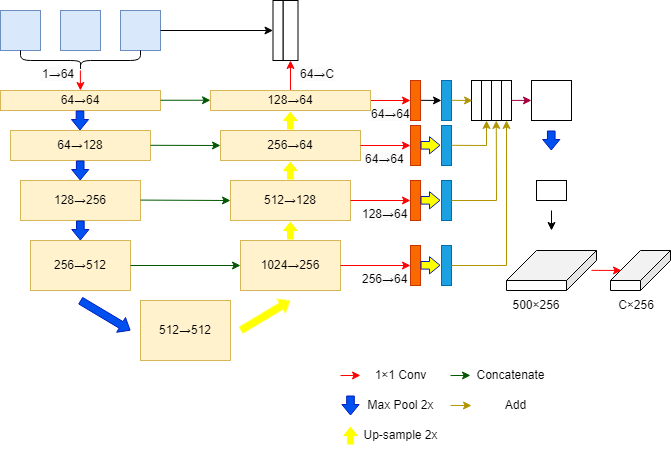
DemonH-p/self-study keeps this draw.io diagram as test.drawio.png. Above is the earlier version. Source tidied: cells renumbered, new cells last; positions are measured from the earlier drawing's top-left corner, leaving out a move shared by most shapes.
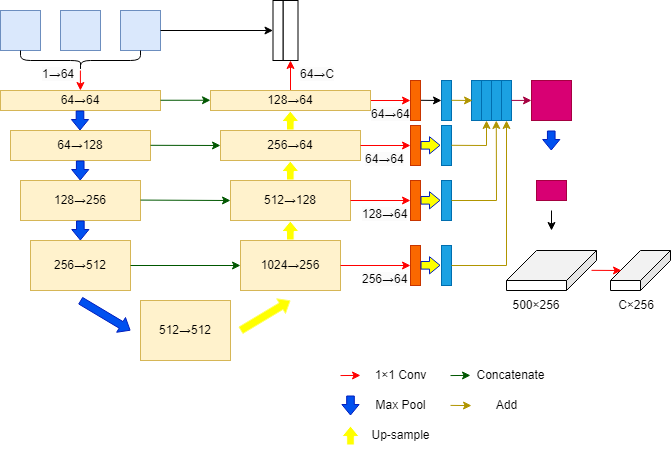
The same diagram one commit later.

Change to the diagram source:
```diff
@@ -220,16 +220,16 @@
         <mxPoint x="441" y="100" as="targetPoint" />
       </mxGeometry>
     </mxCell>
-    <mxCell id="47" style="rounded=0;whiteSpace=wrap;html=1;" parent="1" vertex="1">
+    <mxCell id="47" style="rounded=0;whiteSpace=wrap;html=1;fillColor=#1ba1e2;fontColor=#ffffff;strokeColor=#006EAF;" parent="1" vertex="1">
       <mxGeometry x="471" y="80" width="10" height="40" as="geometry" />
     </mxCell>
-    <mxCell id="48" style="rounded=0;whiteSpace=wrap;html=1;" parent="1" vertex="1">
+    <mxCell id="48" style="rounded=0;whiteSpace=wrap;html=1;fillColor=#1ba1e2;fontColor=#ffffff;strokeColor=#006EAF;" parent="1" vertex="1">
       <mxGeometry x="481" y="80" width="10" height="40" as="geometry" />
     </mxCell>
-    <mxCell id="49" style="rounded=0;whiteSpace=wrap;html=1;" parent="1" vertex="1">
+    <mxCell id="49" style="rounded=0;whiteSpace=wrap;html=1;fillColor=#1ba1e2;fontColor=#ffffff;strokeColor=#006EAF;" parent="1" vertex="1">
       <mxGeometry x="491" y="80" width="10" height="40" as="geometry" />
     </mxCell>
-    <mxCell id="50" style="rounded=0;whiteSpace=wrap;html=1;" parent="1" vertex="1">
+    <mxCell id="50" style="rounded=0;whiteSpace=wrap;html=1;fillColor=#1ba1e2;fontColor=#ffffff;strokeColor=#006EAF;" parent="1" vertex="1">
       <mxGeometry x="501" y="80" width="10" height="40" as="geometry" />
     </mxCell>
     <mxCell id="51" style="endArrow=classic;html=1;rounded=0;fillColor=#e3c800;strokeColor=#B09500;" parent="1" edge="1">
@@ -265,7 +265,7 @@
         <mxPoint x="511" y="99.9" as="sourcePoint" />
       </mxGeometry>
     </mxCell>
-    <mxCell id="56" style="rounded=0;whiteSpace=wrap;html=1;" parent="1" vertex="1">
+    <mxCell id="56" style="rounded=0;whiteSpace=wrap;html=1;fillColor=#d80073;fontColor=#ffffff;strokeColor=#A50040;" parent="1" vertex="1">
       <mxGeometry x="531" y="80" width="40" height="40" as="geometry" />
     </mxCell>
     <mxCell id="57" style="shape=flexArrow;endArrow=classic;html=1;rounded=0;fillColor=#0050ef;strokeColor=#001DBC;endWidth=8.571428571428571;endSize=3.157142857142857;width=7.619047619047619;" parent="1" edge="1">
@@ -301,8 +301,8 @@
         </Array>
       </mxGeometry>
     </mxCell>
-    <mxCell id="63" value="Max Pool 2x" style="text;html=1;align=center;verticalAlign=middle;strokeColor=none;fillColor=none;" parent="1" vertex="1">
-      <mxGeometry x="355" y="390" width="90" height="30" as="geometry" />
+    <mxCell id="63" value="Max Pool" style="text;html=1;align=center;verticalAlign=middle;strokeColor=none;fillColor=none;" parent="1" vertex="1">
+      <mxGeometry x="365" y="390" width="70" height="30" as="geometry" />
     </mxCell>
     <mxCell id="64" style="shape=flexArrow;endArrow=classic;html=1;rounded=0;fillColor=#FFFF00;strokeColor=#FFFFFF;endWidth=8.571428571428571;endSize=3.157142857142857;width=7.619047619047619;" parent="1" edge="1">
       <mxGeometry relative="1" as="geometry">
@@ -313,10 +313,10 @@
         </Array>
       </mxGeometry>
     </mxCell>
-    <mxCell id="65" value="Up-sample 2x" style="text;html=1;align=center;verticalAlign=middle;strokeColor=none;fillColor=none;" parent="1" vertex="1">
-      <mxGeometry x="350" y="420" width="100" height="30" as="geometry" />
+    <mxCell id="65" value="Up-sample" style="text;html=1;align=center;verticalAlign=middle;strokeColor=none;fillColor=none;" parent="1" vertex="1">
+      <mxGeometry x="360" y="420" width="80" height="30" as="geometry" />
     </mxCell>
-    <mxCell id="66" style="rounded=0;whiteSpace=wrap;html=1;" parent="1" vertex="1">
+    <mxCell id="66" style="rounded=0;whiteSpace=wrap;html=1;fillColor=#d80073;fontColor=#ffffff;strokeColor=#A50040;" parent="1" vertex="1">
       <mxGeometry x="536" y="180" width="30" height="20" as="geometry" />
     </mxCell>
     <mxCell id="67" style="shape=cube;whiteSpace=wrap;html=1;boundedLbl=1;backgroundOutline=1;darkOpacity=0.05;darkOpacity2=0.1;flipH=1;size=30;" parent="1" vertex="1">
@@ -362,7 +362,7 @@
       <mxGeometry x="369" y="100" width="41" height="20" as="geometry" />
     </mxCell>
     <mxCell id="77" value="Add" style="text;html=1;align=center;verticalAlign=middle;strokeColor=none;fillColor=none;" parent="1" vertex="1">
-      <mxGeometry x="495" y="390" width="40" height="30" as="geometry" />
+      <mxGeometry x="486" y="390" width="40" height="30" as="geometry" />
     </mxCell>
     <mxCell id="78" style="rounded=0;whiteSpace=wrap;html=1;fillColor=#fa6800;fontColor=#000000;strokeColor=#C73500;" parent="1" vertex="1">
       <mxGeometry x="410" y="80" width="10" height="40" as="geometry" />
```
